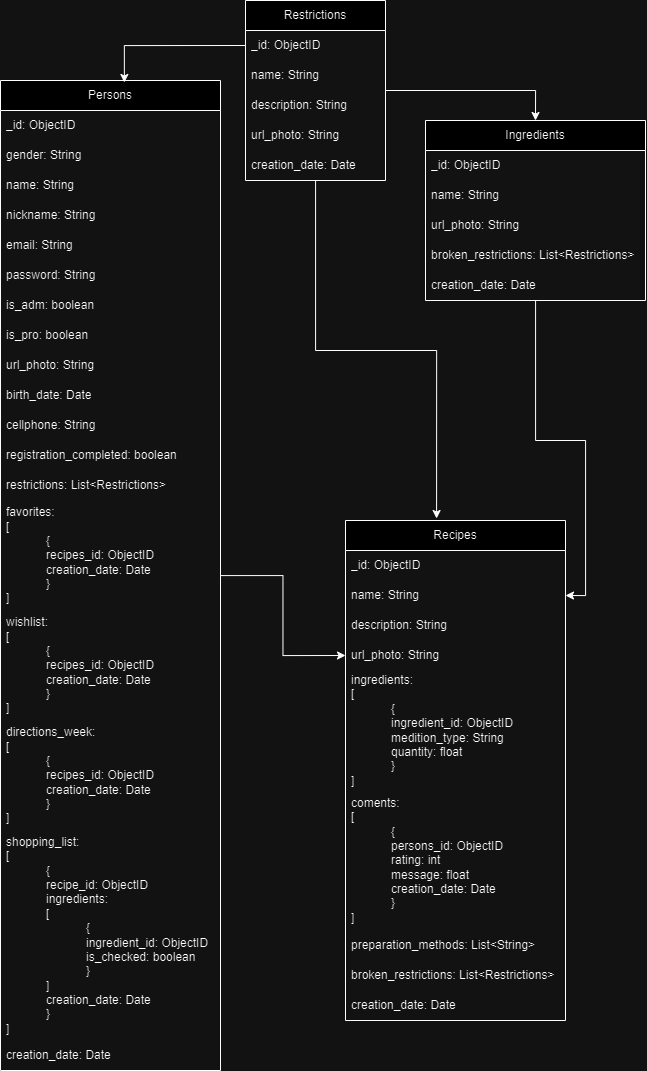
The draw.io diagram Lets_Snack-NoSQL.drawio.png in Let-s-Snack/RPAs, before a commit. Source tidied: cells renumbered, new cells last; positions are measured from the earlier drawing's top-left corner, leaving out a move shared by most shapes.
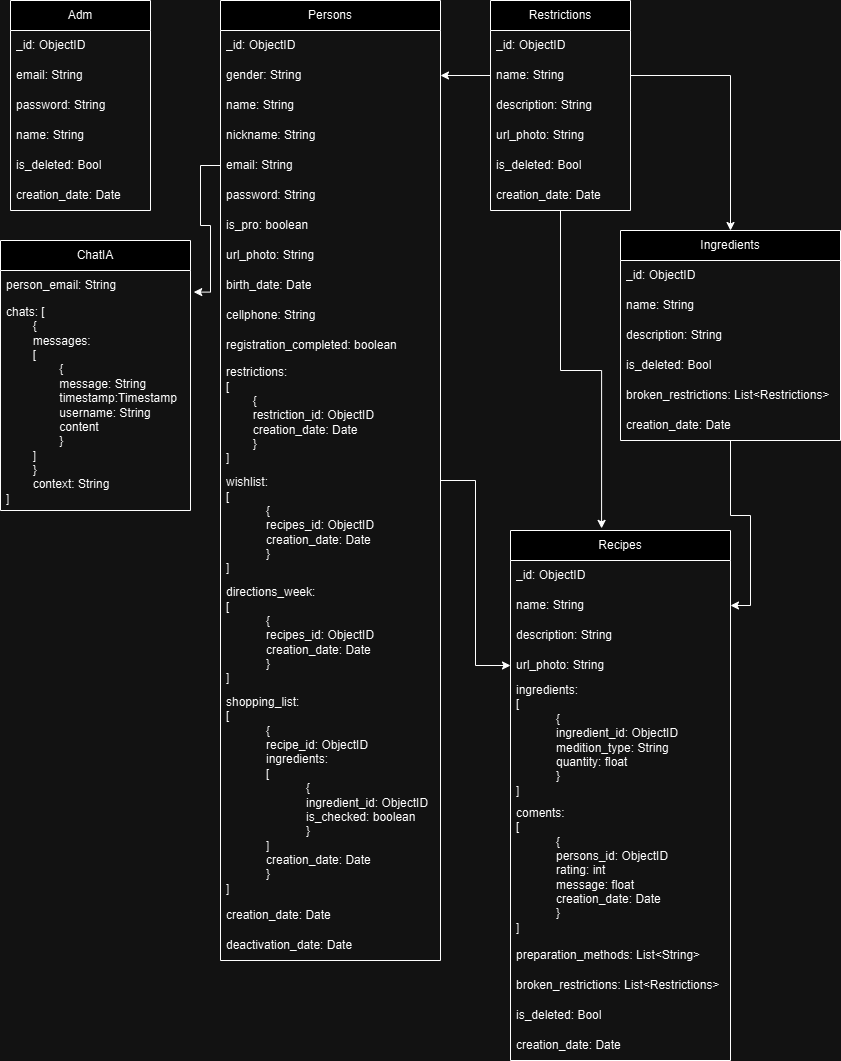
Later version of the same file.

Diff of the diagram source:
```diff
@@ -6,7 +6,7 @@
       <mxGeometry relative="1" as="geometry" />
     </mxCell>
     <mxCell id="3" value="Persons" style="swimlane;fontStyle=0;horizontal=1;startSize=30;whiteSpace=wrap;html=1;" parent="1" vertex="1">
-      <mxGeometry y="80" width="220" height="990" as="geometry" />
+      <mxGeometry x="25" width="220" height="960" as="geometry" />
     </mxCell>
     <mxCell id="4" value="_id: ObjectID" style="text;strokeColor=none;fillColor=none;align=left;verticalAlign=middle;spacingLeft=4;spacingRight=4;overflow=hidden;whiteSpace=wrap;html=1;" parent="3" vertex="1">
       <mxGeometry y="30" width="220" height="30" as="geometry" />
@@ -26,47 +26,41 @@
     <mxCell id="9" value="password: String" style="text;strokeColor=none;fillColor=none;align=left;verticalAlign=middle;spacingLeft=4;spacingRight=4;overflow=hidden;whiteSpace=wrap;html=1;" parent="3" vertex="1">
       <mxGeometry y="180" width="220" height="30" as="geometry" />
     </mxCell>
-    <mxCell id="10" value="is_adm: boolean" style="text;strokeColor=none;fillColor=none;align=left;verticalAlign=middle;spacingLeft=4;spacingRight=4;overflow=hidden;whiteSpace=wrap;html=1;" parent="3" vertex="1">
-      <mxGeometry y="210" width="220" height="30" as="geometry" />
-    </mxCell>
     <mxCell id="11" value="is_pro: boolean" style="text;strokeColor=none;fillColor=none;align=left;verticalAlign=middle;spacingLeft=4;spacingRight=4;overflow=hidden;whiteSpace=wrap;html=1;" parent="3" vertex="1">
-      <mxGeometry y="240" width="220" height="30" as="geometry" />
+      <mxGeometry y="210" width="220" height="30" as="geometry" />
     </mxCell>
     <mxCell id="12" value="url_photo: String" style="text;strokeColor=none;fillColor=none;align=left;verticalAlign=middle;spacingLeft=4;spacingRight=4;overflow=hidden;whiteSpace=wrap;html=1;" parent="3" vertex="1">
-      <mxGeometry y="270" width="220" height="30" as="geometry" />
+      <mxGeometry y="240" width="220" height="30" as="geometry" />
     </mxCell>
     <mxCell id="13" value="birth_date: Date" style="text;strokeColor=none;fillColor=none;align=left;verticalAlign=middle;spacingLeft=4;spacingRight=4;overflow=hidden;whiteSpace=wrap;html=1;" parent="3" vertex="1">
-      <mxGeometry y="300" width="220" height="30" as="geometry" />
+      <mxGeometry y="270" width="220" height="30" as="geometry" />
     </mxCell>
     <mxCell id="14" value="cellphone: String" style="text;strokeColor=none;fillColor=none;align=left;verticalAlign=middle;spacingLeft=4;spacingRight=4;overflow=hidden;whiteSpace=wrap;html=1;" parent="3" vertex="1">
-      <mxGeometry y="330" width="220" height="30" as="geometry" />
+      <mxGeometry y="300" width="220" height="30" as="geometry" />
     </mxCell>
     <mxCell id="15" value="registration_completed: boolean" style="text;strokeColor=none;fillColor=none;align=left;verticalAlign=middle;spacingLeft=4;spacingRight=4;overflow=hidden;whiteSpace=wrap;html=1;" parent="3" vertex="1">
-      <mxGeometry y="360" width="220" height="30" as="geometry" />
+      <mxGeometry y="330" width="220" height="30" as="geometry" />
     </mxCell>
-    <mxCell id="16" value="restrictions: List&amp;lt;Restrictions&amp;gt;" style="text;strokeColor=none;fillColor=none;align=left;verticalAlign=middle;spacingLeft=4;spacingRight=4;overflow=hidden;whiteSpace=wrap;html=1;" parent="3" vertex="1">
-      <mxGeometry y="390" width="220" height="30" as="geometry" />
+    <mxCell id="16" value="restrictions:&amp;nbsp;&lt;div&gt;[&lt;div&gt;&lt;span style=&quot;white-space: pre;&quot;&gt;&#9;&lt;/span&gt;{&lt;br&gt;&lt;/div&gt;&lt;div&gt;&lt;span style=&quot;white-space: pre;&quot;&gt;&#9;&lt;/span&gt;restriction_id: ObjectID&lt;br&gt;&lt;/div&gt;&lt;div&gt;&lt;span style=&quot;white-space: pre;&quot;&gt;&#9;&lt;/span&gt;creation_date: Date&lt;br&gt;&lt;/div&gt;&lt;div&gt;&lt;span style=&quot;white-space: pre;&quot;&gt;&#9;&lt;/span&gt;}&lt;/div&gt;&lt;div&gt;]&lt;/div&gt;&lt;/div&gt;" style="text;strokeColor=none;fillColor=none;align=left;verticalAlign=middle;spacingLeft=4;spacingRight=4;overflow=hidden;whiteSpace=wrap;html=1;" parent="3" vertex="1">
+      <mxGeometry y="360" width="220" height="110" as="geometry" />
     </mxCell>
-    <mxCell id="17" value="favorites: &lt;br&gt;[&lt;br&gt;&lt;blockquote style=&quot;margin: 0 0 0 40px; border: none; padding: 0px;&quot;&gt;{&lt;br&gt;recipes_id:&amp;nbsp;&lt;span style=&quot;background-color: initial;&quot;&gt;ObjectID&lt;/span&gt;&lt;/blockquote&gt;&lt;blockquote style=&quot;margin: 0 0 0 40px; border: none; padding: 0px;&quot;&gt;creation_date: Date&lt;/blockquote&gt;&lt;blockquote style=&quot;margin: 0 0 0 40px; border: none; padding: 0px;&quot;&gt;&lt;div&gt;&lt;div&gt;}&lt;/div&gt;&lt;/div&gt;&lt;/blockquote&gt;&lt;div&gt;&lt;div&gt;]&lt;/div&gt;&lt;/div&gt;" style="text;strokeColor=none;fillColor=none;align=left;verticalAlign=middle;spacingLeft=4;spacingRight=4;overflow=hidden;whiteSpace=wrap;html=1;" parent="3" vertex="1">
-      <mxGeometry y="420" width="220" height="110" as="geometry" />
-    </mxCell>
     <mxCell id="18" value="wishlist&lt;span style=&quot;background-color: initial;&quot;&gt;:&lt;/span&gt;&lt;div&gt;[&lt;br&gt;&lt;blockquote style=&quot;margin: 0 0 0 40px; border: none; padding: 0px;&quot;&gt;{&lt;br&gt;recipes_id:&amp;nbsp;&lt;span style=&quot;background-color: initial;&quot;&gt;ObjectID&lt;/span&gt;&lt;/blockquote&gt;&lt;blockquote style=&quot;margin: 0 0 0 40px; border: none; padding: 0px;&quot;&gt;creation_date: Date&lt;/blockquote&gt;&lt;blockquote style=&quot;margin: 0 0 0 40px; border: none; padding: 0px;&quot;&gt;&lt;div&gt;&lt;div&gt;}&lt;/div&gt;&lt;/div&gt;&lt;/blockquote&gt;&lt;div&gt;&lt;div&gt;]&lt;/div&gt;&lt;/div&gt;&lt;/div&gt;" style="text;strokeColor=none;fillColor=none;align=left;verticalAlign=middle;spacingLeft=4;spacingRight=4;overflow=hidden;whiteSpace=wrap;html=1;" parent="3" vertex="1">
-      <mxGeometry y="530" width="220" height="110" as="geometry" />
+      <mxGeometry y="470" width="220" height="110" as="geometry" />
     </mxCell>
     <mxCell id="19" value="directions_week: &lt;br&gt;[&lt;br&gt;&lt;blockquote style=&quot;margin: 0 0 0 40px; border: none; padding: 0px;&quot;&gt;{&lt;br&gt;recipes_id:&amp;nbsp;&lt;span style=&quot;background-color: initial;&quot;&gt;ObjectID&lt;/span&gt;&lt;/blockquote&gt;&lt;blockquote style=&quot;margin: 0 0 0 40px; border: none; padding: 0px;&quot;&gt;creation_date: Date&lt;/blockquote&gt;&lt;blockquote style=&quot;margin: 0 0 0 40px; border: none; padding: 0px;&quot;&gt;&lt;div&gt;&lt;div&gt;}&lt;/div&gt;&lt;/div&gt;&lt;/blockquote&gt;&lt;div&gt;&lt;div&gt;]&lt;/div&gt;&lt;/div&gt;" style="text;strokeColor=none;fillColor=none;align=left;verticalAlign=middle;spacingLeft=4;spacingRight=4;overflow=hidden;whiteSpace=wrap;html=1;" parent="3" vertex="1">
-      <mxGeometry y="640" width="220" height="110" as="geometry" />
+      <mxGeometry y="580" width="220" height="110" as="geometry" />
     </mxCell>
     <mxCell id="20" value="shopping_list&lt;span style=&quot;background-color: initial;&quot;&gt;:&lt;/span&gt;&lt;div&gt;[&lt;br&gt;&lt;blockquote style=&quot;margin: 0 0 0 40px; border: none; padding: 0px;&quot;&gt;{&lt;br&gt;recipe_id:&amp;nbsp;&lt;span style=&quot;background-color: initial;&quot;&gt;ObjectID&lt;br&gt;&lt;/span&gt;ingredients:&lt;br&gt;[&lt;br&gt;&lt;blockquote style=&quot;margin: 0px 0px 0px 40px; border: none; padding: 0px;&quot;&gt;{&lt;br&gt;ingredient_id:&amp;nbsp;&lt;span style=&quot;background-color: initial;&quot;&gt;ObjectID&lt;/span&gt;&lt;/blockquote&gt;&lt;blockquote style=&quot;margin: 0px 0px 0px 40px; border: none; padding: 0px;&quot;&gt;&lt;span style=&quot;background-color: initial;&quot;&gt;is_checked: boolean&lt;/span&gt;&lt;/blockquote&gt;&lt;blockquote style=&quot;margin: 0px 0px 0px 40px; border: none; padding: 0px;&quot;&gt;}&lt;/blockquote&gt;&lt;div&gt;]&lt;/div&gt;&lt;/blockquote&gt;&lt;blockquote style=&quot;margin: 0 0 0 40px; border: none; padding: 0px;&quot;&gt;creation_date: Date&lt;/blockquote&gt;&lt;blockquote style=&quot;margin: 0 0 0 40px; border: none; padding: 0px;&quot;&gt;&lt;div&gt;&lt;div&gt;}&lt;/div&gt;&lt;/div&gt;&lt;/blockquote&gt;&lt;div&gt;&lt;div&gt;]&lt;/div&gt;&lt;/div&gt;&lt;/div&gt;" style="text;strokeColor=none;fillColor=none;align=left;verticalAlign=middle;spacingLeft=4;spacingRight=4;overflow=hidden;whiteSpace=wrap;html=1;" parent="3" vertex="1">
-      <mxGeometry y="750" width="220" height="210" as="geometry" />
+      <mxGeometry y="690" width="220" height="210" as="geometry" />
     </mxCell>
     <mxCell id="21" value="creation_date: Date" style="text;strokeColor=none;fillColor=none;align=left;verticalAlign=middle;spacingLeft=4;spacingRight=4;overflow=hidden;whiteSpace=wrap;html=1;" parent="3" vertex="1">
-      <mxGeometry y="960" width="220" height="30" as="geometry" />
+      <mxGeometry y="900" width="220" height="30" as="geometry" />
     </mxCell>
-    <mxCell id="22" style="edgeStyle=orthogonalEdgeStyle;rounded=0;jettySize=auto;html=1;entryX=0.563;entryY=0.002;entryDx=0;entryDy=0;exitX=0;exitY=0.5;exitDx=0;exitDy=0;entryPerimeter=0;" parent="1" edge="1" source="24" target="3">
-      <mxGeometry relative="1" as="geometry" />
-    </mxCell>
+    <mxCell id="48" value="deactivation_date: Date" style="text;strokeColor=none;fillColor=none;align=left;verticalAlign=middle;spacingLeft=4;spacingRight=4;overflow=hidden;whiteSpace=wrap;html=1;" parent="3" vertex="1">
+      <mxGeometry y="930" width="220" height="30" as="geometry" />
+    </mxCell>
     <mxCell id="23" value="Restrictions" style="swimlane;fontStyle=0;horizontal=1;startSize=30;whiteSpace=wrap;html=1;" parent="1" vertex="1">
-      <mxGeometry x="245" width="140" height="180" as="geometry" />
+      <mxGeometry x="295" width="140" height="210" as="geometry" />
     </mxCell>
     <mxCell id="24" value="_id: ObjectID" style="text;strokeColor=none;fillColor=none;align=left;verticalAlign=middle;spacingLeft=4;spacingRight=4;overflow=hidden;points=[[0,0.5],[1,0.5]];portConstraint=eastwest;whiteSpace=wrap;html=1;" parent="23" vertex="1">
       <mxGeometry y="30" width="140" height="30" as="geometry" />
@@ -80,11 +74,14 @@
     <mxCell id="27" value="url_photo: String" style="text;strokeColor=none;fillColor=none;align=left;verticalAlign=middle;spacingLeft=4;spacingRight=4;overflow=hidden;whiteSpace=wrap;html=1;" parent="23" vertex="1">
       <mxGeometry y="120" width="140" height="30" as="geometry" />
     </mxCell>
+    <mxCell id="49" value="is_deleted: Bool" style="text;strokeColor=none;fillColor=none;align=left;verticalAlign=middle;spacingLeft=4;spacingRight=4;overflow=hidden;whiteSpace=wrap;html=1;" parent="23" vertex="1">
+      <mxGeometry y="150" width="140" height="30" as="geometry" />
+    </mxCell>
     <mxCell id="28" value="creation_date: Date" style="text;strokeColor=none;fillColor=none;align=left;verticalAlign=middle;spacingLeft=4;spacingRight=4;overflow=hidden;whiteSpace=wrap;html=1;" parent="23" vertex="1">
-      <mxGeometry y="150" width="140" height="30" as="geometry" />
+      <mxGeometry y="180" width="140" height="30" as="geometry" />
     </mxCell>
     <mxCell id="29" value="Ingredients" style="swimlane;fontStyle=0;horizontal=1;startSize=30;whiteSpace=wrap;html=1;" parent="1" vertex="1">
-      <mxGeometry x="425" y="120" width="220" height="180" as="geometry" />
+      <mxGeometry x="425" y="230" width="220" height="210" as="geometry" />
     </mxCell>
     <mxCell id="30" value="_id: ObjectID" style="text;strokeColor=none;fillColor=none;align=left;verticalAlign=middle;spacingLeft=4;spacingRight=4;overflow=hidden;whiteSpace=wrap;html=1;" parent="29" vertex="1">
       <mxGeometry y="30" width="220" height="30" as="geometry" />
@@ -92,20 +89,20 @@
     <mxCell id="31" value="name: String" style="text;strokeColor=none;fillColor=none;align=left;verticalAlign=middle;spacingLeft=4;spacingRight=4;overflow=hidden;whiteSpace=wrap;html=1;" parent="29" vertex="1">
       <mxGeometry y="60" width="220" height="30" as="geometry" />
     </mxCell>
-    <mxCell id="32" value="url_photo: String" style="text;strokeColor=none;fillColor=none;align=left;verticalAlign=middle;spacingLeft=4;spacingRight=4;overflow=hidden;whiteSpace=wrap;html=1;" parent="29" vertex="1">
+    <mxCell id="32" value="description: String" style="text;strokeColor=none;fillColor=none;align=left;verticalAlign=middle;spacingLeft=4;spacingRight=4;overflow=hidden;whiteSpace=wrap;html=1;" parent="29" vertex="1">
       <mxGeometry y="90" width="220" height="30" as="geometry" />
     </mxCell>
+    <mxCell id="50" value="is_deleted: Bool" style="text;strokeColor=none;fillColor=none;align=left;verticalAlign=middle;spacingLeft=4;spacingRight=4;overflow=hidden;whiteSpace=wrap;html=1;" parent="29" vertex="1">
+      <mxGeometry y="120" width="220" height="30" as="geometry" />
+    </mxCell>
     <mxCell id="33" value="broken_restrictions: List&amp;lt;Restrictions&amp;gt;" style="text;strokeColor=none;fillColor=none;align=left;verticalAlign=middle;spacingLeft=4;spacingRight=4;overflow=hidden;whiteSpace=wrap;html=1;" parent="29" vertex="1">
-      <mxGeometry y="120" width="220" height="30" as="geometry" />
+      <mxGeometry y="150" width="220" height="30" as="geometry" />
     </mxCell>
     <mxCell id="34" value="creation_date: Date" style="text;strokeColor=none;fillColor=none;align=left;verticalAlign=middle;spacingLeft=4;spacingRight=4;overflow=hidden;whiteSpace=wrap;html=1;" parent="29" vertex="1">
-      <mxGeometry y="150" width="220" height="30" as="geometry" />
+      <mxGeometry y="180" width="220" height="30" as="geometry" />
     </mxCell>
-    <mxCell id="35" style="edgeStyle=orthogonalEdgeStyle;rounded=0;jettySize=auto;html=1;entryX=0.5;entryY=0;entryDx=0;entryDy=0;" parent="1" edge="1" source="23" target="29">
-      <mxGeometry relative="1" as="geometry" />
-    </mxCell>
     <mxCell id="36" value="Recipes" style="swimlane;fontStyle=0;horizontal=1;startSize=30;whiteSpace=wrap;html=1;" parent="1" vertex="1">
-      <mxGeometry x="345" y="520" width="220" height="500" as="geometry" />
+      <mxGeometry x="315" y="530" width="220" height="530" as="geometry" />
     </mxCell>
     <mxCell id="37" value="_id: ObjectID" style="text;strokeColor=none;fillColor=none;align=left;verticalAlign=middle;spacingLeft=4;spacingRight=4;overflow=hidden;whiteSpace=wrap;html=1;" parent="36" vertex="1">
       <mxGeometry y="30" width="220" height="30" as="geometry" />
@@ -131,8 +128,11 @@
     <mxCell id="44" value="broken_restrictions: List&amp;lt;Restrictions&amp;gt;" style="text;strokeColor=none;fillColor=none;align=left;verticalAlign=middle;spacingLeft=4;spacingRight=4;overflow=hidden;whiteSpace=wrap;html=1;" parent="36" vertex="1">
       <mxGeometry y="440" width="220" height="30" as="geometry" />
     </mxCell>
+    <mxCell id="51" value="is_deleted: Bool" style="text;strokeColor=none;fillColor=none;align=left;verticalAlign=middle;spacingLeft=4;spacingRight=4;overflow=hidden;whiteSpace=wrap;html=1;" parent="36" vertex="1">
+      <mxGeometry y="470" width="220" height="30" as="geometry" />
+    </mxCell>
     <mxCell id="45" value="creation_date: Date" style="text;strokeColor=none;fillColor=none;align=left;verticalAlign=middle;spacingLeft=4;spacingRight=4;overflow=hidden;whiteSpace=wrap;html=1;" parent="36" vertex="1">
-      <mxGeometry y="470" width="220" height="30" as="geometry" />
+      <mxGeometry y="500" width="220" height="30" as="geometry" />
     </mxCell>
     <mxCell id="46" style="edgeStyle=orthogonalEdgeStyle;rounded=0;jettySize=auto;html=1;entryX=1;entryY=0.5;entryDx=0;entryDy=0;" parent="1" edge="1" source="29" target="38">
       <mxGeometry relative="1" as="geometry" />
@@ -140,5 +140,44 @@
     <mxCell id="47" style="edgeStyle=orthogonalEdgeStyle;rounded=0;jettySize=auto;html=1;entryX=0.414;entryY=-0.004;entryDx=0;entryDy=0;entryPerimeter=0;" parent="1" edge="1" source="23" target="36">
       <mxGeometry relative="1" as="geometry" />
     </mxCell>
+    <mxCell id="52" value="ChatIA" style="swimlane;fontStyle=0;horizontal=1;startSize=30;whiteSpace=wrap;html=1;" parent="1" vertex="1">
+      <mxGeometry x="-195" y="240" width="190" height="270" as="geometry" />
+    </mxCell>
+    <mxCell id="53" value="person_email: String" style="text;strokeColor=none;fillColor=none;align=left;verticalAlign=middle;spacingLeft=4;spacingRight=4;overflow=hidden;points=[[0,0.5],[1,0.5]];portConstraint=eastwest;whiteSpace=wrap;html=1;" parent="52" vertex="1">
+      <mxGeometry y="30" width="190" height="30" as="geometry" />
+    </mxCell>
+    <mxCell id="54" value="chats: [&lt;div&gt;&lt;span style=&quot;white-space: pre;&quot;&gt;&#9;&lt;/span&gt;{&lt;/div&gt;&lt;div&gt;&lt;span style=&quot;white-space: pre;&quot;&gt;&#9;&lt;/span&gt;messages:&lt;/div&gt;&lt;div&gt;&lt;span style=&quot;white-space: pre;&quot;&gt;&#9;&lt;/span&gt;[&lt;br&gt;&lt;div&gt;&lt;span style=&quot;white-space: pre;&quot;&gt;&#9;&lt;span style=&quot;white-space: pre;&quot;&gt;&#9;&lt;/span&gt;&lt;/span&gt;{&lt;br&gt;&lt;/div&gt;&lt;div&gt;&lt;span style=&quot;white-space: pre;&quot;&gt;&lt;span style=&quot;white-space: pre;&quot;&gt;&#9;&lt;span style=&quot;white-space: pre;&quot;&gt;&#9;&lt;/span&gt;&lt;/span&gt;message: String&lt;/span&gt;&lt;/div&gt;&lt;div&gt;&lt;span style=&quot;white-space: pre;&quot;&gt;&lt;span style=&quot;white-space: pre;&quot;&gt;&#9;&lt;span style=&quot;white-space: pre;&quot;&gt;&#9;&lt;/span&gt;&lt;/span&gt;timestamp:Timestamp&lt;/span&gt;&lt;/div&gt;&lt;div&gt;&lt;span style=&quot;white-space: pre;&quot;&gt;&lt;span style=&quot;white-space: pre;&quot;&gt;&#9;&lt;span style=&quot;white-space: pre;&quot;&gt;&#9;&lt;/span&gt;&lt;/span&gt;username: String&lt;/span&gt;&lt;/div&gt;&lt;div&gt;&lt;span style=&quot;white-space: pre;&quot;&gt;&lt;span style=&quot;white-space: pre;&quot;&gt;&#9;&lt;span style=&quot;white-space: pre;&quot;&gt;&#9;&lt;/span&gt;&lt;/span&gt;content&#9;&lt;/span&gt;&lt;br&gt;&lt;/div&gt;&lt;div&gt;&lt;span style=&quot;white-space: pre;&quot;&gt;&#9;&lt;span style=&quot;white-space: pre;&quot;&gt;&#9;&lt;/span&gt;&lt;/span&gt;}&lt;br&gt;&lt;span style=&quot;white-space: pre;&quot;&gt;&#9;&lt;/span&gt;]&lt;br&gt;&lt;/div&gt;&lt;div&gt;&lt;span style=&quot;white-space: pre;&quot;&gt;&#9;&lt;/span&gt;}&lt;/div&gt;&lt;div&gt;&lt;span style=&quot;white-space: pre;&quot;&gt;&#9;&lt;/span&gt;context: String&lt;br&gt;&lt;/div&gt;&lt;div&gt;]&lt;/div&gt;&lt;/div&gt;" style="text;strokeColor=none;fillColor=none;align=left;verticalAlign=middle;spacingLeft=4;spacingRight=4;overflow=hidden;whiteSpace=wrap;html=1;" parent="52" vertex="1">
+      <mxGeometry y="60" width="190" height="210" as="geometry" />
+    </mxCell>
+    <mxCell id="55" style="edgeStyle=orthogonalEdgeStyle;rounded=0;jettySize=auto;html=1;entryX=1;entryY=0.5;entryDx=0;entryDy=0;" parent="1" edge="1" source="25" target="5">
+      <mxGeometry relative="1" as="geometry" />
+    </mxCell>
+    <mxCell id="56" value="Adm" style="swimlane;fontStyle=0;horizontal=1;startSize=30;whiteSpace=wrap;html=1;" parent="1" vertex="1">
+      <mxGeometry x="-185" width="140" height="210" as="geometry" />
+    </mxCell>
+    <mxCell id="57" value="_id: ObjectID" style="text;strokeColor=none;fillColor=none;align=left;verticalAlign=middle;spacingLeft=4;spacingRight=4;overflow=hidden;whiteSpace=wrap;html=1;" parent="56" vertex="1">
+      <mxGeometry y="30" width="140" height="30" as="geometry" />
+    </mxCell>
+    <mxCell id="58" value="email: String" style="text;strokeColor=none;fillColor=none;align=left;verticalAlign=middle;spacingLeft=4;spacingRight=4;overflow=hidden;whiteSpace=wrap;html=1;" parent="56" vertex="1">
+      <mxGeometry y="60" width="140" height="30" as="geometry" />
+    </mxCell>
+    <mxCell id="59" value="password: String" style="text;strokeColor=none;fillColor=none;align=left;verticalAlign=middle;spacingLeft=4;spacingRight=4;overflow=hidden;whiteSpace=wrap;html=1;" parent="56" vertex="1">
+      <mxGeometry y="90" width="140" height="30" as="geometry" />
+    </mxCell>
+    <mxCell id="60" value="name: String" style="text;strokeColor=none;fillColor=none;align=left;verticalAlign=middle;spacingLeft=4;spacingRight=4;overflow=hidden;whiteSpace=wrap;html=1;" parent="56" vertex="1">
+      <mxGeometry y="120" width="140" height="30" as="geometry" />
+    </mxCell>
+    <mxCell id="61" value="is_deleted: Bool" style="text;strokeColor=none;fillColor=none;align=left;verticalAlign=middle;spacingLeft=4;spacingRight=4;overflow=hidden;whiteSpace=wrap;html=1;" parent="56" vertex="1">
+      <mxGeometry y="150" width="140" height="30" as="geometry" />
+    </mxCell>
+    <mxCell id="62" value="creation_date: Date" style="text;strokeColor=none;fillColor=none;align=left;verticalAlign=middle;spacingLeft=4;spacingRight=4;overflow=hidden;whiteSpace=wrap;html=1;" parent="56" vertex="1">
+      <mxGeometry y="180" width="140" height="30" as="geometry" />
+    </mxCell>
+    <mxCell id="63" style="edgeStyle=orthogonalEdgeStyle;rounded=0;jettySize=auto;html=1;exitX=0;exitY=0.5;exitDx=0;exitDy=0;entryX=1.017;entryY=0.72;entryDx=0;entryDy=0;entryPerimeter=0;" parent="1" edge="1" source="8" target="53">
+      <mxGeometry relative="1" as="geometry" />
+    </mxCell>
+    <mxCell id="64" style="edgeStyle=orthogonalEdgeStyle;rounded=0;jettySize=auto;html=1;entryX=0.5;entryY=0;entryDx=0;entryDy=0;" parent="1" edge="1" source="25" target="29">
+      <mxGeometry relative="1" as="geometry" />
+    </mxCell>
   </root>
 </mxGraphModel>
```
